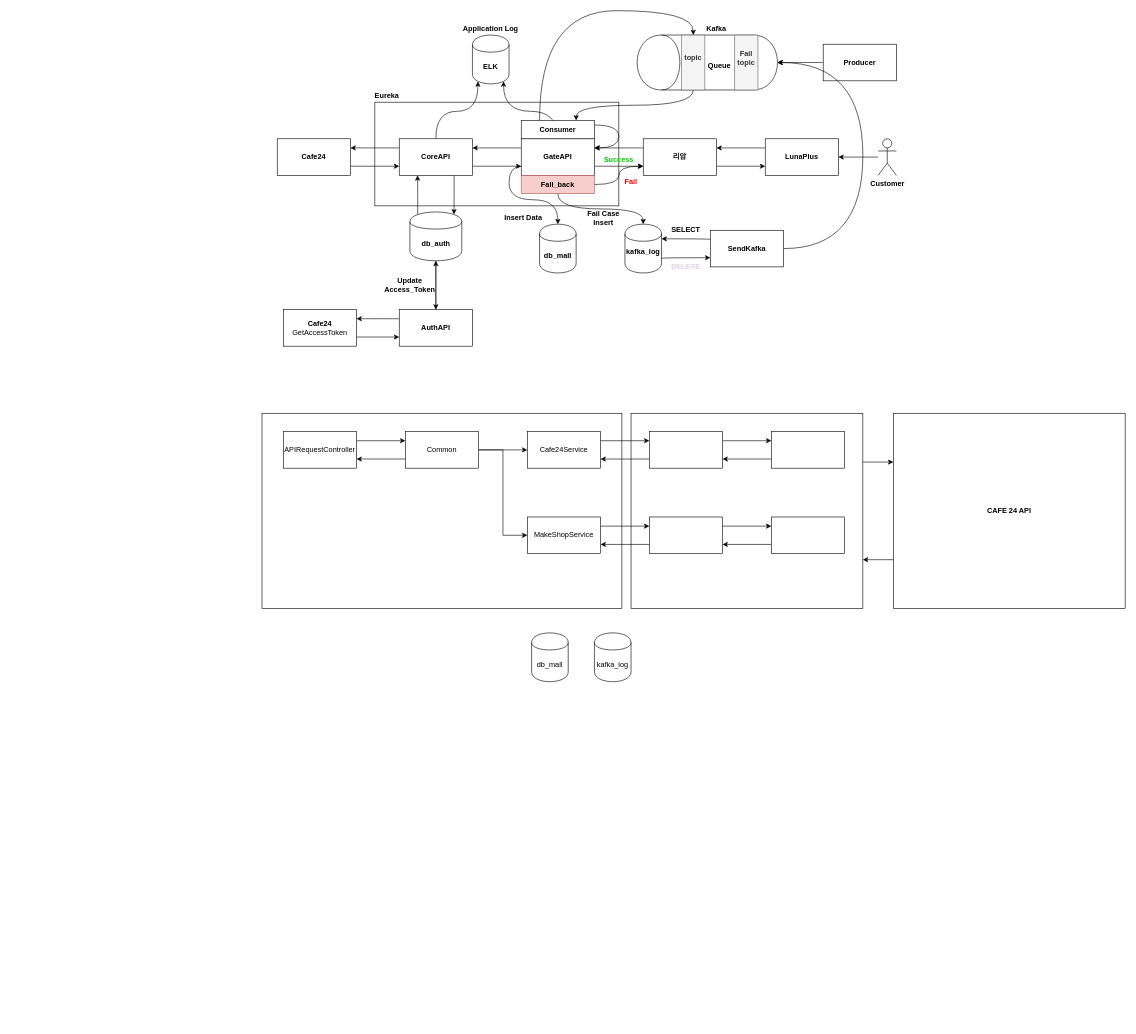
Above: Untitled Diagram.drawio in kancho33/Luna_Architecture (draw.io), before the change. Source tidied: cells renumbered, new cells numbered last; positions are measured from the earlier drawing's top-left corner, leaving out a move shared by most shapes. Both pictures are drawn from the tidied source at 61%, with x=0, y=0 at pixel (262, -8).
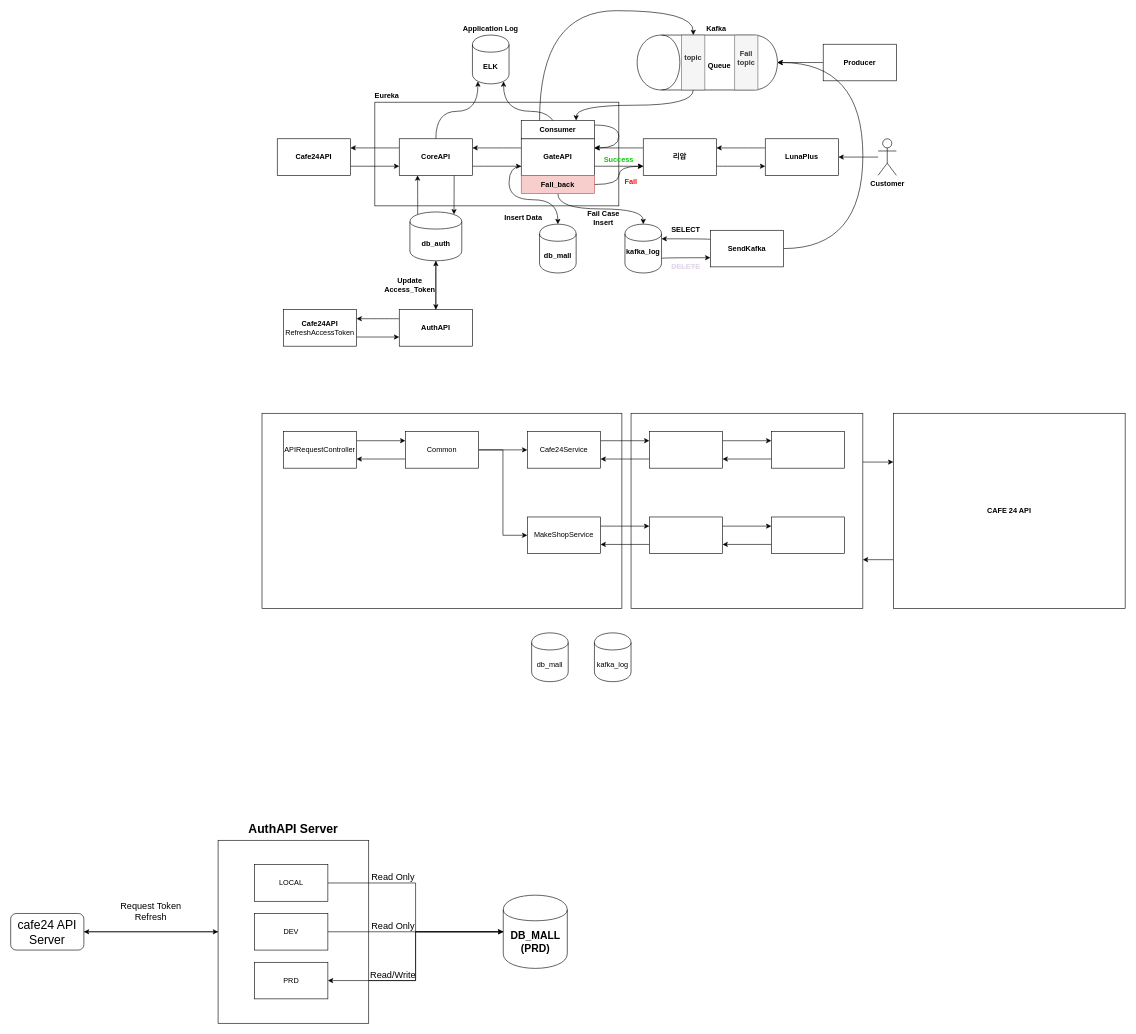
After the change.

Change to the diagram source:
```diff
@@
+    <mxCell id="87" style="edgeStyle=orthogonalEdgeStyle;rounded=0;jettySize=auto;html=1;exitX=0;exitY=0.5;exitDx=0;exitDy=0;entryX=1;entryY=0.5;entryDx=0;entryDy=0;fontSize=20;" parent="1" edge="1" source="88" target="96">
+      <mxGeometry relative="1" as="geometry" />
+    </mxCell>
+    <mxCell id="88" value="&lt;font style=&quot;font-size: 17px&quot;&gt;&lt;b&gt;DB_MALL&lt;br&gt;(PRD)&lt;/b&gt;&lt;/font&gt;" style="shape=cylinder;whiteSpace=wrap;html=1;boundedLbl=1;backgroundOutline=1;" parent="1" vertex="1">
+      <mxGeometry x="395.5" y="1480" width="105" height="120" as="geometry" />
+    </mxCell>
+    <mxCell id="89" style="edgeStyle=orthogonalEdgeStyle;rounded=0;jettySize=auto;html=1;exitX=1;exitY=0.5;exitDx=0;exitDy=0;fontSize=20;" parent="1" edge="1" source="90" target="92">
+      <mxGeometry relative="1" as="geometry" />
+    </mxCell>
+    <mxCell id="90" value="cafe24 API Server" style="rounded=1;whiteSpace=wrap;html=1;fontSize=20;" parent="1" vertex="1">
+      <mxGeometry x="-412" y="1510" width="120" height="60" as="geometry" />
+    </mxCell>
+    <mxCell id="91" style="edgeStyle=orthogonalEdgeStyle;rounded=0;jettySize=auto;html=1;exitX=0;exitY=0.5;exitDx=0;exitDy=0;entryX=1;entryY=0.5;entryDx=0;entryDy=0;fontSize=20;" parent="1" edge="1" source="92" target="90">
+      <mxGeometry relative="1" as="geometry" />
+    </mxCell>
+    <mxCell id="92" style="rounded=0;whiteSpace=wrap;html=1;" parent="1" vertex="1">
+      <mxGeometry x="-72" y="1390" width="247" height="300" as="geometry" />
+    </mxCell>
@@
-    <mxCell id="8" value="Cafe24&lt;br&gt;" style="rounded=0;whiteSpace=wrap;html=1;fontStyle=1;" parent="1" vertex="1">
+    <mxCell id="8" value="Cafe24API&lt;br&gt;" style="rounded=0;whiteSpace=wrap;html=1;fontStyle=1;" parent="1" vertex="1">
       <mxGeometry x="25" y="240" width="120" height="60" as="geometry" />
     </mxCell>
@@
-    <mxCell id="13" value="Cafe24&lt;br&gt;&lt;span style=&quot;font-weight: normal&quot;&gt;GetAccessToken&lt;/span&gt;&lt;br&gt;" style="rounded=0;whiteSpace=wrap;html=1;fontStyle=1;" parent="1" vertex="1">
+    <mxCell id="13" value="Cafe24API&lt;br&gt;&lt;span style=&quot;font-weight: normal&quot;&gt;RefreshAccessToken&lt;/span&gt;&lt;br&gt;" style="rounded=0;whiteSpace=wrap;html=1;fontStyle=1;" parent="1" vertex="1">
       <mxGeometry x="35" y="520" width="120" height="60" as="geometry" />
     </mxCell>
@@
+    <mxCell id="93" style="edgeStyle=orthogonalEdgeStyle;rounded=0;jettySize=auto;html=1;exitX=1;exitY=0.5;exitDx=0;exitDy=0;entryX=0;entryY=0.5;entryDx=0;entryDy=0;fontSize=20;" parent="1" edge="1" source="94" target="88">
+      <mxGeometry relative="1" as="geometry" />
+    </mxCell>
+    <mxCell id="94" value="LOCAL" style="rounded=0;whiteSpace=wrap;html=1;" parent="1" vertex="1">
+      <mxGeometry x="-12" y="1430" width="120" height="60" as="geometry" />
+    </mxCell>
+    <mxCell id="95" value="DEV" style="rounded=0;whiteSpace=wrap;html=1;" parent="1" vertex="1">
+      <mxGeometry x="-12" y="1510" width="120" height="60" as="geometry" />
+    </mxCell>
+    <mxCell id="96" value="PRD" style="rounded=0;whiteSpace=wrap;html=1;" parent="1" vertex="1">
+      <mxGeometry x="-12" y="1590" width="120" height="60" as="geometry" />
+    </mxCell>
+    <mxCell id="97" value="AuthAPI Server" style="text;html=1;strokeColor=none;fillColor=none;align=center;verticalAlign=middle;whiteSpace=wrap;rounded=0;fontStyle=1;fontSize=20;" parent="1" vertex="1">
+      <mxGeometry x="-72" y="1350" width="247" height="40" as="geometry" />
+    </mxCell>
+    <mxCell id="98" value="&lt;font style=&quot;font-size: 15px;&quot;&gt;Read Only&lt;/font&gt;" style="text;html=1;strokeColor=none;fillColor=none;align=center;verticalAlign=middle;whiteSpace=wrap;rounded=0;fontSize=15;" parent="1" vertex="1">
+      <mxGeometry x="175" y="1520" width="80" height="20" as="geometry" />
+    </mxCell>
+    <mxCell id="99" value="&lt;font style=&quot;font-size: 15px;&quot;&gt;Read Only&lt;/font&gt;" style="text;html=1;strokeColor=none;fillColor=none;align=center;verticalAlign=middle;whiteSpace=wrap;rounded=0;fontSize=15;" parent="1" vertex="1">
+      <mxGeometry x="175" y="1440" width="80" height="20" as="geometry" />
+    </mxCell>
+    <mxCell id="100" value="&lt;font style=&quot;font-size: 15px&quot;&gt;Read/Write&lt;/font&gt;" style="text;html=1;strokeColor=none;fillColor=none;align=center;verticalAlign=middle;whiteSpace=wrap;rounded=0;fontSize=15;" parent="1" vertex="1">
+      <mxGeometry x="175" y="1600" width="80" height="20" as="geometry" />
+    </mxCell>
+    <mxCell id="101" style="edgeStyle=orthogonalEdgeStyle;rounded=0;jettySize=auto;html=1;exitX=1;exitY=0.5;exitDx=0;exitDy=0;entryX=0;entryY=0.5;entryDx=0;entryDy=0;fontSize=20;" parent="1" edge="1" source="95" target="88">
+      <mxGeometry relative="1" as="geometry" />
+    </mxCell>
+    <mxCell id="102" style="edgeStyle=orthogonalEdgeStyle;rounded=0;jettySize=auto;html=1;exitX=0;exitY=0.5;exitDx=0;exitDy=0;entryX=1;entryY=0.5;entryDx=0;entryDy=0;fontSize=15;" parent="1" edge="1" source="88" target="96">
+      <mxGeometry relative="1" as="geometry" />
+    </mxCell>
+    <mxCell id="103" value="Request Token Refresh&lt;br&gt;&lt;br&gt;" style="text;html=1;strokeColor=none;fillColor=none;align=center;verticalAlign=middle;whiteSpace=wrap;rounded=0;fontSize=15;" parent="1" vertex="1">
+      <mxGeometry x="-257" y="1490" width="150" height="50" as="geometry" />
+    </mxCell>
```
